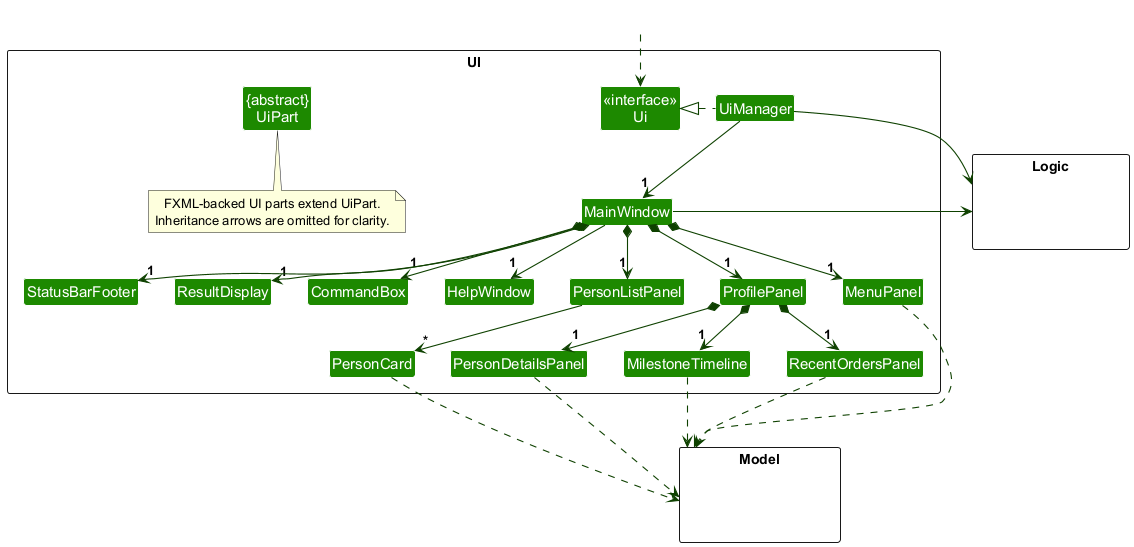
AY2627S1-CS2103T-F12-3/tp keeps this PlantUML diagram as docs/images/UiClassDiagram.png. Above is the earlier version.
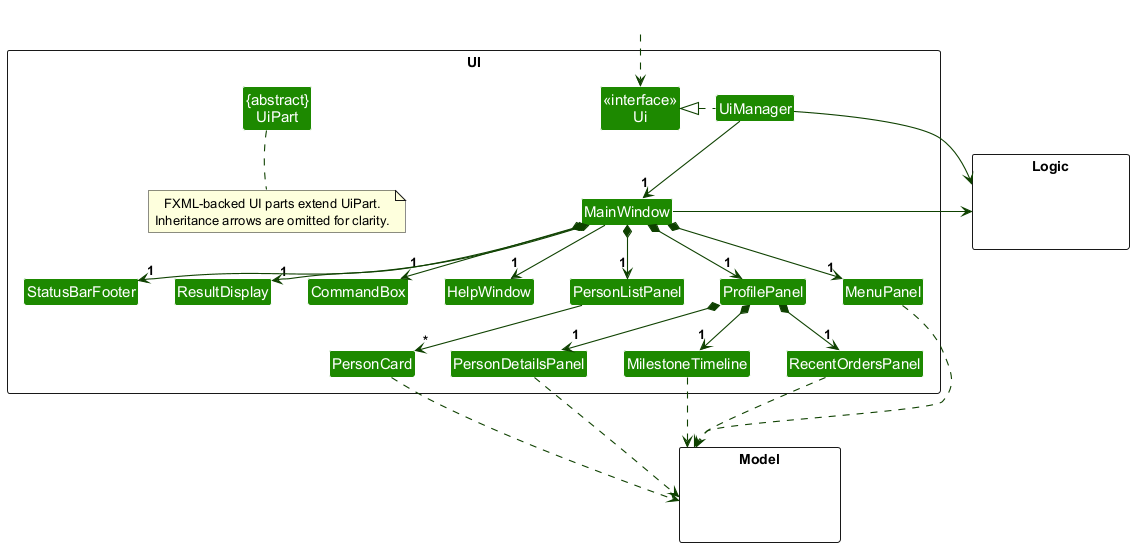
After the change.

Commit message:
Fix note notation

Change to the diagram source:
```diff
@@ -22,10 +22,12 @@
 Class MenuPanel
 Class StatusBarFooter
 Class CommandBox
-note bottom of UiPart
+note as UiPartNote
   FXML-backed UI parts extend UiPart.
   Inheritance arrows are omitted for clarity.
 end note
+UiPart .. UiPartNote
+UiPartNote .[hidden]. UiPart
 }
 
 package Model <<Rectangle>> {
```
